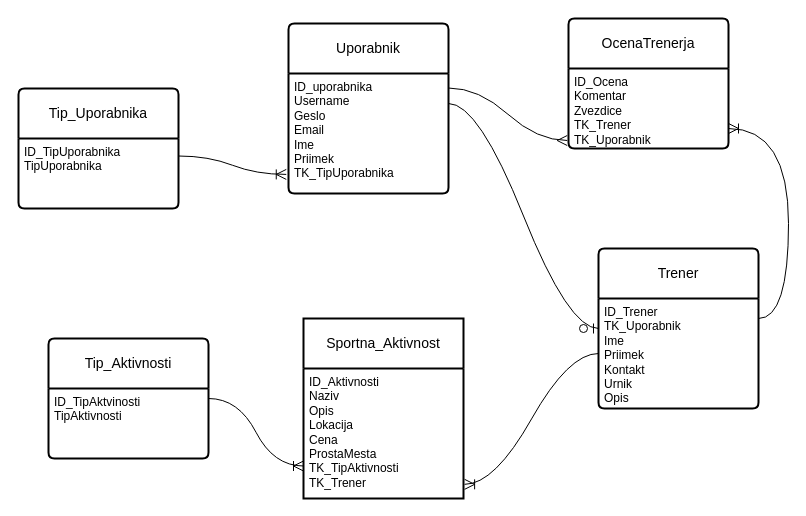
Above: ER/ER.drawio in Alan-Labas/Sportaj.si (draw.io), before the change. Source tidied: cells renumbered, new cells numbered last; positions are measured from the earlier drawing's top-left corner, leaving out a move shared by most shapes. Both pictures are drawn from the tidied source at 100%, with x=0, y=0 at pixel (18, 18).
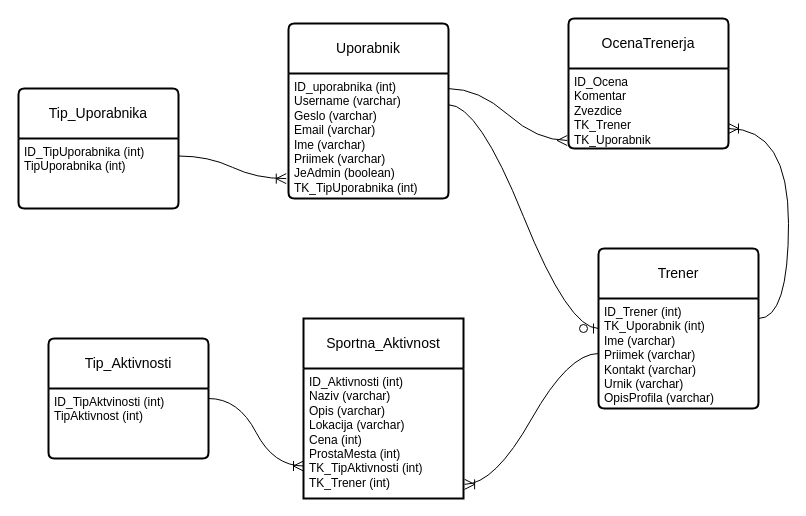
The same page after the edit.

The change refers to these unchanged cells:
```xml
<mxCell id="6" value="Sportna_Aktivnost" style="swimlane;horizontal=1;startSize=50;rounded=1;fontSize=14;fontStyle=0;strokeWidth=2;shadow=0;dashed=0;align=center;arcSize=0;whiteSpace=wrap;html=1;" parent="1" vertex="1">
  <mxGeometry x="285" y="300" width="160" height="180" as="geometry" />
</mxCell>
<mxCell id="8" value="Tip_Uporabnika" style="swimlane;horizontal=1;startSize=50;rounded=1;fontSize=14;fontStyle=0;strokeWidth=2;shadow=0;dashed=0;align=center;arcSize=4;whiteSpace=wrap;html=1;" parent="1" vertex="1">
  <mxGeometry y="70" width="160" height="120" as="geometry" />
</mxCell>
<mxCell id="10" value="Tip_Aktivnosti" style="swimlane;horizontal=1;startSize=50;rounded=1;fontSize=14;fontStyle=0;strokeWidth=2;shadow=0;dashed=0;align=center;arcSize=4;whiteSpace=wrap;html=1;" parent="1" vertex="1">
  <mxGeometry x="30" y="320" width="160" height="120" as="geometry" />
</mxCell>
<mxCell id="12" value="Trener" style="swimlane;horizontal=1;startSize=50;rounded=1;fontSize=14;fontStyle=0;strokeWidth=2;shadow=0;dashed=0;align=center;arcSize=4;whiteSpace=wrap;html=1;" parent="1" vertex="1">
  <mxGeometry x="580" y="230" width="160" height="160" as="geometry" />
</mxCell>
```

What changed in the source:
```diff
@@
     <mxCell id="4" value="Uporabnik" style="swimlane;horizontal=1;startSize=50;rounded=1;fontSize=14;fontStyle=0;strokeWidth=2;shadow=0;dashed=0;align=center;arcSize=4;whiteSpace=wrap;html=1;" parent="1" vertex="1">
-      <mxGeometry x="270" y="5" width="160" height="170" as="geometry" />
+      <mxGeometry x="270" y="5" width="160" height="175" as="geometry" />
     </mxCell>
-    <mxCell id="5" value="ID_uporabnika&lt;div&gt;Username&lt;/div&gt;&lt;div&gt;Geslo&lt;/div&gt;&lt;div&gt;Email&lt;/div&gt;&lt;div&gt;Ime&lt;/div&gt;&lt;div&gt;Priimek&lt;/div&gt;&lt;div&gt;TK_TipUporabnika&lt;/div&gt;" style="align=left;strokeColor=none;fillColor=none;spacingLeft=4;fontSize=12;verticalAlign=top;html=1;" parent="4" vertex="1">
-      <mxGeometry y="50" width="160" height="120" as="geometry" />
+    <mxCell id="5" value="ID_uporabnika (int)&lt;div&gt;Username (varchar)&lt;/div&gt;&lt;div&gt;&lt;span style=&quot;background-color: initial;&quot;&gt;Geslo&amp;nbsp;&lt;/span&gt;&lt;span style=&quot;background-color: initial;&quot;&gt;(varchar)&lt;/span&gt;&lt;/div&gt;&lt;div&gt;Email&amp;nbsp;&lt;span style=&quot;background-color: initial;&quot;&gt;(varchar)&lt;/span&gt;&lt;/div&gt;&lt;div&gt;Ime&amp;nbsp;&lt;span style=&quot;background-color: initial;&quot;&gt;(varchar)&lt;/span&gt;&lt;/div&gt;&lt;div&gt;Priimek&amp;nbsp;&lt;span style=&quot;background-color: initial;&quot;&gt;(varchar)&lt;/span&gt;&lt;/div&gt;&lt;div&gt;&lt;span style=&quot;background-color: initial;&quot;&gt;JeAdmin (boolean)&lt;/span&gt;&lt;/div&gt;&lt;div&gt;TK_TipUporabnika (int)&lt;/div&gt;" style="align=left;strokeColor=none;fillColor=none;spacingLeft=4;fontSize=12;verticalAlign=top;html=1;" parent="4" vertex="1">
+      <mxGeometry y="50" width="160" height="125" as="geometry" />
     </mxCell>
@@
-    <mxCell id="7" value="ID_Aktivnosti&lt;div&gt;Naziv&lt;/div&gt;&lt;div&gt;Opis&lt;/div&gt;&lt;div&gt;Lokacija&lt;/div&gt;&lt;div&gt;Cena&lt;/div&gt;&lt;div&gt;ProstaMesta&lt;/div&gt;&lt;div&gt;TK_TipAktivnosti&lt;/div&gt;&lt;div&gt;TK_Trener&lt;/div&gt;" style="align=left;strokeColor=none;fillColor=none;spacingLeft=4;fontSize=12;verticalAlign=top;html=1;" parent="6" vertex="1">
+    <mxCell id="7" value="ID_Aktivnosti (int)&lt;div&gt;Naziv&amp;nbsp;&lt;span style=&quot;background-color: initial;&quot;&gt;(varchar)&lt;/span&gt;&lt;/div&gt;&lt;div&gt;Opis&amp;nbsp;&lt;span style=&quot;background-color: initial;&quot;&gt;(varchar)&lt;/span&gt;&lt;/div&gt;&lt;div&gt;Lokacija&amp;nbsp;&lt;span style=&quot;background-color: initial;&quot;&gt;(varchar)&lt;/span&gt;&lt;/div&gt;&lt;div&gt;Cena (int)&lt;/div&gt;&lt;div&gt;ProstaMesta (int)&lt;/div&gt;&lt;div&gt;TK_TipAktivnosti (int)&lt;/div&gt;&lt;div&gt;TK_Trener (int)&lt;/div&gt;" style="align=left;strokeColor=none;fillColor=none;spacingLeft=4;fontSize=12;verticalAlign=top;html=1;" parent="6" vertex="1">
       <mxGeometry y="50" width="160" height="130" as="geometry" />
     </mxCell>
@@
-    <mxCell id="9" value="ID_TipUporabnika&lt;div&gt;TipUporabnika&lt;/div&gt;" style="align=left;strokeColor=none;fillColor=none;spacingLeft=4;fontSize=12;verticalAlign=top;html=1;" parent="8" vertex="1">
+    <mxCell id="9" value="ID_TipUporabnika (int)&lt;div&gt;TipUporabnika (int)&lt;/div&gt;" style="align=left;strokeColor=none;fillColor=none;spacingLeft=4;fontSize=12;verticalAlign=top;html=1;" parent="8" vertex="1">
       <mxGeometry y="50" width="160" height="70" as="geometry" />
     </mxCell>
@@
-    <mxCell id="11" value="ID_TipAktvinosti&lt;div&gt;TipAktivnosti&lt;/div&gt;" style="align=left;strokeColor=none;fillColor=none;spacingLeft=4;fontSize=12;verticalAlign=top;html=1;" parent="10" vertex="1">
+    <mxCell id="11" value="ID_TipAktvinosti (int)&lt;div&gt;TipAktivnost (int)&lt;/div&gt;" style="align=left;strokeColor=none;fillColor=none;spacingLeft=4;fontSize=12;verticalAlign=top;html=1;" parent="10" vertex="1">
       <mxGeometry y="50" width="160" height="70" as="geometry" />
     </mxCell>
@@
-    <mxCell id="13" value="ID_Trener&lt;div&gt;TK_Uporabnik&lt;br&gt;&lt;div&gt;Ime&lt;/div&gt;&lt;div&gt;Priimek&lt;/div&gt;&lt;div&gt;Kontakt&lt;/div&gt;&lt;div&gt;Urnik&lt;/div&gt;&lt;div&gt;Opis&lt;/div&gt;&lt;div&gt;&lt;br&gt;&lt;/div&gt;&lt;div&gt;&lt;br&gt;&lt;/div&gt;&lt;/div&gt;" style="align=left;strokeColor=none;fillColor=none;spacingLeft=4;fontSize=12;verticalAlign=top;html=1;" parent="12" vertex="1">
+    <mxCell id="13" value="ID_Trener (int)&lt;div&gt;TK_Uporabnik (int)&lt;br&gt;&lt;div&gt;Ime&amp;nbsp;&lt;span style=&quot;background-color: initial;&quot;&gt;(varchar)&lt;/span&gt;&lt;/div&gt;&lt;div&gt;Priimek&amp;nbsp;&lt;span style=&quot;background-color: initial;&quot;&gt;(varchar)&lt;/span&gt;&lt;/div&gt;&lt;div&gt;Kontakt&amp;nbsp;&lt;span style=&quot;background-color: initial;&quot;&gt;(varchar)&lt;/span&gt;&lt;/div&gt;&lt;div&gt;Urnik&amp;nbsp;&lt;span style=&quot;background-color: initial;&quot;&gt;(varchar)&lt;/span&gt;&lt;/div&gt;&lt;div&gt;OpisProfila&amp;nbsp;&lt;span style=&quot;background-color: initial;&quot;&gt;(varchar)&lt;/span&gt;&lt;/div&gt;&lt;div&gt;&lt;br&gt;&lt;/div&gt;&lt;div&gt;&lt;br&gt;&lt;/div&gt;&lt;/div&gt;" style="align=left;strokeColor=none;fillColor=none;spacingLeft=4;fontSize=12;verticalAlign=top;html=1;" parent="12" vertex="1">
       <mxGeometry y="50" width="160" height="110" as="geometry" />
     </mxCell>
```
